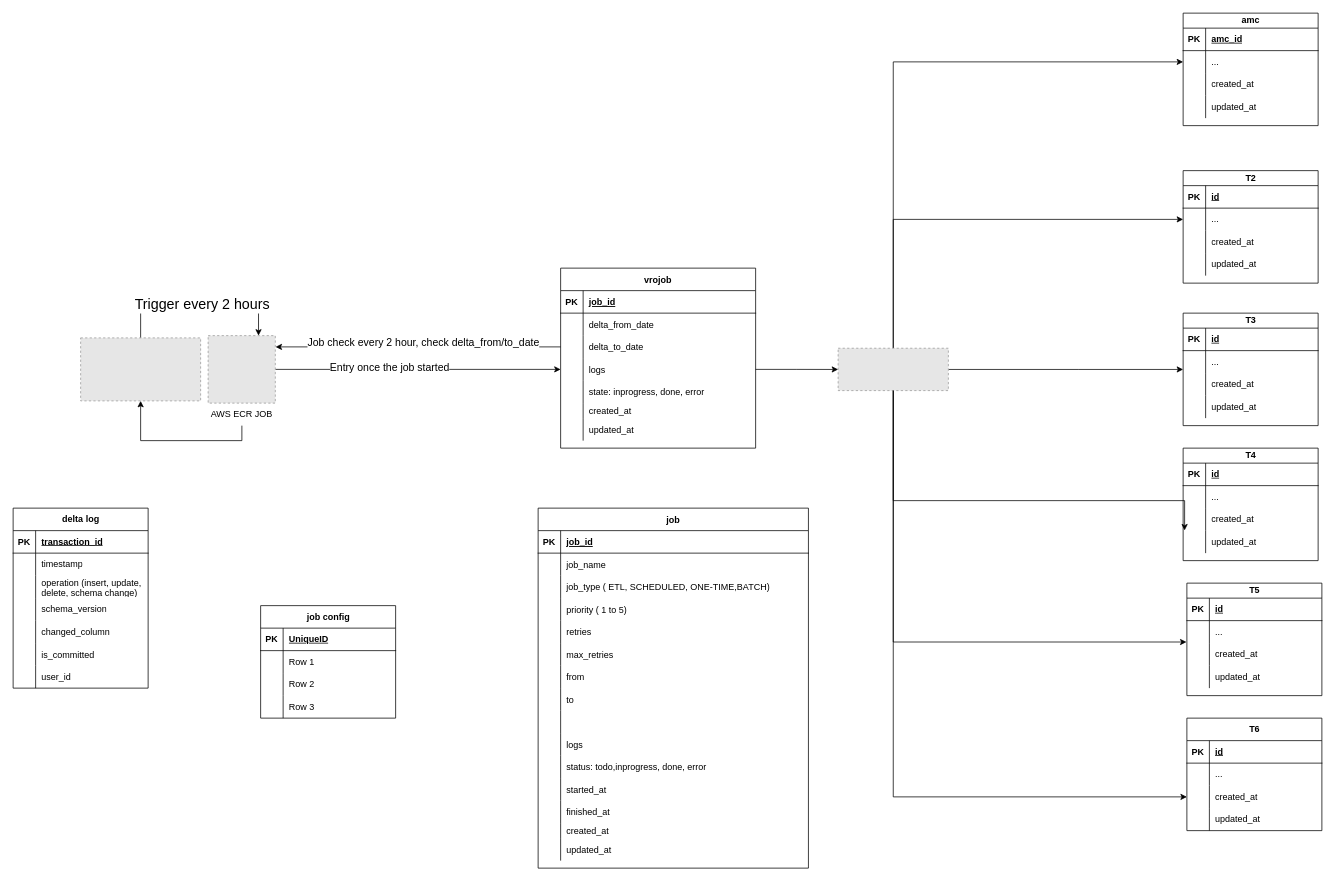
Above: vro db diagram.drawio in jorawarsinghcapgemini/drawio (draw.io), before the change. Source tidied: cells renumbered, new cells numbered last; positions are measured from the earlier drawing's top-left corner, leaving out a move shared by most shapes. Both pictures are drawn from the tidied source at 75%, with x=0, y=0 at pixel (13, 13). Pictures stored in the file or linked from it are replaced by grey dashed boxes.
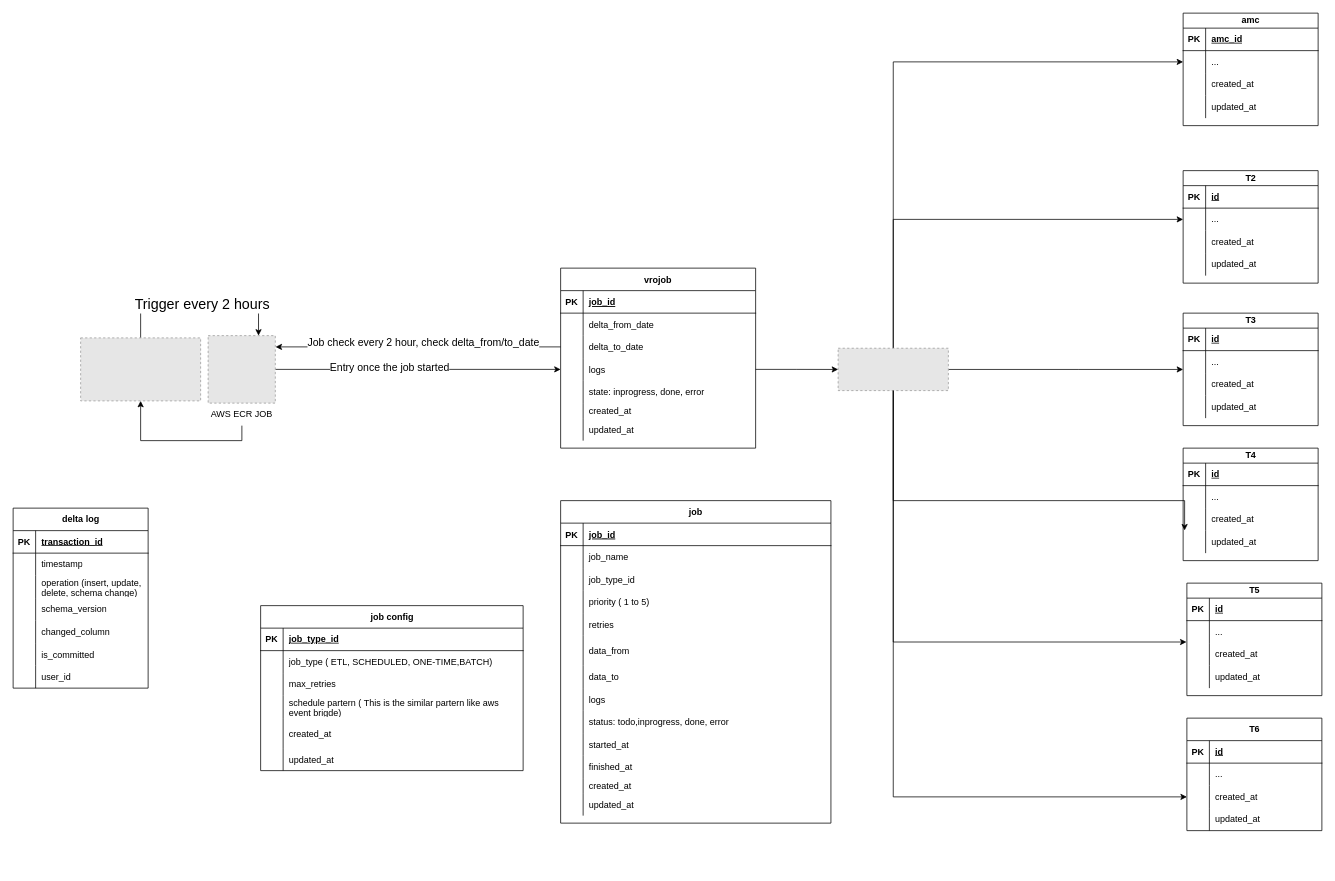
After the change.

Commit message:
added job config table

The change refers to these unchanged cells:
```xml
<mxCell id="149" style="shape=tableRow;horizontal=0;startSize=0;swimlaneHead=0;swimlaneBody=0;fillColor=none;top=0;left=0;right=0;bottom=0;" parent="142" vertex="1">
  <mxGeometry y="90" width="360.4" height="30" as="geometry" />
</mxCell>
```

Change to the diagram source:
```diff
@@
     <mxCell id="142" value="job" style="shape=table;startSize=30;childLayout=tableLayout;rowLines=0;fontStyle=1;align=center;" parent="1" vertex="1">
-      <mxGeometry x="700" y="660" width="360.4" height="480" as="geometry" />
+      <mxGeometry x="730" y="650" width="360.4" height="430" as="geometry" />
     </mxCell>
@@
-    <mxCell id="151" value="job_type ( ETL, SCHEDULED, ONE-TIME,BATCH)" style="shape=partialRectangle;fillColor=none;top=0;left=0;bottom=0;right=0;align=left;spacingLeft=6;overflow=hidden;" parent="149" vertex="1">
+    <mxCell id="151" value="job_type_id" style="shape=partialRectangle;fillColor=none;top=0;left=0;bottom=0;right=0;align=left;spacingLeft=6;overflow=hidden;" parent="149" vertex="1">
       <mxGeometry x="30" width="330.4" height="30" as="geometry" />
     </mxCell>
@@
     <mxCell id="158" style="shape=tableRow;horizontal=0;startSize=0;swimlaneHead=0;swimlaneBody=0;fillColor=none;top=0;left=0;right=0;bottom=0;" parent="142" vertex="1">
-      <mxGeometry y="180" width="360.4" height="30" as="geometry" />
+      <mxGeometry y="180" width="360.4" height="40" as="geometry" />
     </mxCell>
     <mxCell id="159" style="shape=partialRectangle;fillColor=none;top=0;left=0;bottom=0;right=0;overflow=hidden;" parent="158" vertex="1">
-      <mxGeometry width="30" height="30" as="geometry" />
+      <mxGeometry width="30" height="40" as="geometry" />
     </mxCell>
-    <mxCell id="160" value="max_retries" style="shape=partialRectangle;fillColor=none;top=0;left=0;bottom=0;right=0;align=left;spacingLeft=6;overflow=hidden;" parent="158" vertex="1">
-      <mxGeometry x="30" width="330.4" height="30" as="geometry" />
+    <mxCell id="160" value="data_from" style="shape=partialRectangle;fillColor=none;top=0;left=0;bottom=0;right=0;align=left;spacingLeft=6;overflow=hidden;" parent="158" vertex="1">
+      <mxGeometry x="30" width="330.4" height="40" as="geometry" />
     </mxCell>
     <mxCell id="161" style="shape=partialRectangle;fillColor=none;top=0;left=0;right=0;bottom=0;" parent="142" vertex="1">
-      <mxGeometry y="210" width="360.4" height="30" as="geometry" />
+      <mxGeometry y="220" width="360.4" height="30" as="geometry" />
     </mxCell>
@@
-    <mxCell id="163" value="from" style="shape=partialRectangle;overflow=hidden;fillColor=none;top=0;left=0;bottom=0;right=0;align=left;spacingLeft=6;" parent="161" vertex="1">
+    <mxCell id="163" value="data_to" style="shape=partialRectangle;overflow=hidden;fillColor=none;top=0;left=0;bottom=0;right=0;align=left;spacingLeft=6;" parent="161" vertex="1">
       <mxGeometry x="30" width="330.4" height="30" as="geometry" />
     </mxCell>
-    <mxCell id="164" style="shape=partialRectangle;fillColor=none;top=0;left=0;right=0;bottom=0;" parent="142" vertex="1">
-      <mxGeometry y="240" width="360.4" height="30" as="geometry" />
-    </mxCell>
-    <mxCell id="165" style="shape=partialRectangle;overflow=hidden;fillColor=none;top=0;left=0;bottom=0;right=0;" parent="164" vertex="1">
-      <mxGeometry width="30" height="30" as="geometry" />
-    </mxCell>
-    <mxCell id="166" value="to" style="shape=partialRectangle;overflow=hidden;fillColor=none;top=0;left=0;bottom=0;right=0;align=left;spacingLeft=6;" parent="164" vertex="1">
-      <mxGeometry x="30" width="330.4" height="30" as="geometry" />
-    </mxCell>
-    <mxCell id="167" style="shape=tableRow;horizontal=0;startSize=0;swimlaneHead=0;swimlaneBody=0;fillColor=none;top=0;left=0;right=0;bottom=0;" parent="142" vertex="1">
-      <mxGeometry y="270" width="360.4" height="30" as="geometry" />
-    </mxCell>
-    <mxCell id="168" style="shape=partialRectangle;fillColor=none;top=0;left=0;bottom=0;right=0;overflow=hidden;" parent="167" vertex="1">
-      <mxGeometry width="30" height="30" as="geometry" />
-    </mxCell>
-    <mxCell id="169" style="shape=partialRectangle;fillColor=none;top=0;left=0;bottom=0;right=0;align=left;spacingLeft=6;overflow=hidden;" parent="167" vertex="1">
-      <mxGeometry x="30" width="330.4" height="30" as="geometry" />
-    </mxCell>
     <mxCell id="170" style="shape=tableRow;horizontal=0;startSize=0;swimlaneHead=0;swimlaneBody=0;fillColor=none;top=0;left=0;right=0;bottom=0;" parent="142" vertex="1">
-      <mxGeometry y="300" width="360.4" height="30" as="geometry" />
+      <mxGeometry y="250" width="360.4" height="30" as="geometry" />
     </mxCell>
@@
     <mxCell id="173" style="shape=tableRow;horizontal=0;startSize=0;swimlaneHead=0;swimlaneBody=0;fillColor=none;top=0;left=0;right=0;bottom=0;" parent="142" vertex="1">
-      <mxGeometry y="330" width="360.4" height="30" as="geometry" />
+      <mxGeometry y="280" width="360.4" height="30" as="geometry" />
     </mxCell>
@@
     <mxCell id="176" style="shape=tableRow;horizontal=0;startSize=0;swimlaneHead=0;swimlaneBody=0;fillColor=none;top=0;left=0;right=0;bottom=0;" parent="142" vertex="1">
-      <mxGeometry y="360" width="360.4" height="30" as="geometry" />
+      <mxGeometry y="310" width="360.4" height="30" as="geometry" />
     </mxCell>
@@
     <mxCell id="179" style="shape=tableRow;horizontal=0;startSize=0;swimlaneHead=0;swimlaneBody=0;fillColor=none;top=0;left=0;right=0;bottom=0;" parent="142" vertex="1">
-      <mxGeometry y="390" width="360.4" height="30" as="geometry" />
+      <mxGeometry y="340" width="360.4" height="30" as="geometry" />
     </mxCell>
@@
     <mxCell id="182" style="shape=tableRow;horizontal=0;startSize=0;swimlaneHead=0;swimlaneBody=0;fillColor=none;top=0;left=0;right=0;bottom=0;" parent="142" vertex="1">
-      <mxGeometry y="420" width="360.4" height="20" as="geometry" />
+      <mxGeometry y="370" width="360.4" height="20" as="geometry" />
     </mxCell>
@@
     <mxCell id="185" style="shape=tableRow;horizontal=0;startSize=0;swimlaneHead=0;swimlaneBody=0;fillColor=none;top=0;left=0;right=0;bottom=0;" parent="142" vertex="1">
-      <mxGeometry y="440" width="360.4" height="30" as="geometry" />
+      <mxGeometry y="390" width="360.4" height="30" as="geometry" />
     </mxCell>
@@
     <mxCell id="188" value="job config" style="shape=table;startSize=30;childLayout=tableLayout;rowLines=0;fontStyle=1;align=center;html=1;" parent="1" vertex="1">
-      <mxGeometry x="330" y="790" width="180" height="150" as="geometry" />
+      <mxGeometry x="330" y="790" width="350" height="220" as="geometry" />
     </mxCell>
     <mxCell id="189" style="shape=tableRow;horizontal=0;startSize=0;swimlaneHead=0;swimlaneBody=0;fillColor=none;top=0;left=0;right=0;bottom=1;" parent="188" vertex="1">
-      <mxGeometry y="30" width="180" height="30" as="geometry" />
+      <mxGeometry y="30" width="350" height="30" as="geometry" />
     </mxCell>
@@
-    <mxCell id="191" value="UniqueID" style="shape=partialRectangle;fillColor=none;top=0;left=0;bottom=0;right=0;align=left;spacingLeft=6;fontStyle=5;overflow=hidden;whiteSpace=wrap;html=1;" parent="189" vertex="1">
-      <mxGeometry x="30" width="150" height="30" as="geometry" />
+    <mxCell id="191" value="job_type_id" style="shape=partialRectangle;fillColor=none;top=0;left=0;bottom=0;right=0;align=left;spacingLeft=6;fontStyle=5;overflow=hidden;whiteSpace=wrap;html=1;" parent="189" vertex="1">
+      <mxGeometry x="30" width="320" height="30" as="geometry" />
     </mxCell>
     <mxCell id="192" style="shape=tableRow;horizontal=0;startSize=0;swimlaneHead=0;swimlaneBody=0;fillColor=none;top=0;left=0;right=0;bottom=0;" parent="188" vertex="1">
-      <mxGeometry y="60" width="180" height="30" as="geometry" />
+      <mxGeometry y="60" width="350" height="30" as="geometry" />
     </mxCell>
@@
-    <mxCell id="194" value="Row 1" style="shape=partialRectangle;fillColor=none;top=0;left=0;bottom=0;right=0;align=left;spacingLeft=6;overflow=hidden;whiteSpace=wrap;html=1;" parent="192" vertex="1">
-      <mxGeometry x="30" width="150" height="30" as="geometry" />
+    <mxCell id="194" value="&lt;span style=&quot;text-wrap: nowrap;&quot;&gt;job_type ( ETL, SCHEDULED, ONE-TIME,BATCH)&lt;/span&gt;" style="shape=partialRectangle;fillColor=none;top=0;left=0;bottom=0;right=0;align=left;spacingLeft=6;overflow=hidden;whiteSpace=wrap;html=1;" parent="192" vertex="1">
+      <mxGeometry x="30" width="320" height="30" as="geometry" />
     </mxCell>
     <mxCell id="195" style="shape=tableRow;horizontal=0;startSize=0;swimlaneHead=0;swimlaneBody=0;fillColor=none;top=0;left=0;right=0;bottom=0;" parent="188" vertex="1">
-      <mxGeometry y="90" width="180" height="30" as="geometry" />
+      <mxGeometry y="90" width="350" height="30" as="geometry" />
     </mxCell>
@@
-    <mxCell id="197" value="Row 2" style="shape=partialRectangle;fillColor=none;top=0;left=0;bottom=0;right=0;align=left;spacingLeft=6;overflow=hidden;whiteSpace=wrap;html=1;" parent="195" vertex="1">
-      <mxGeometry x="30" width="150" height="30" as="geometry" />
+    <mxCell id="197" value="&lt;span style=&quot;text-wrap: nowrap;&quot;&gt;max_retries&lt;/span&gt;" style="shape=partialRectangle;fillColor=none;top=0;left=0;bottom=0;right=0;align=left;spacingLeft=6;overflow=hidden;whiteSpace=wrap;html=1;" parent="195" vertex="1">
+      <mxGeometry x="30" width="320" height="30" as="geometry" />
     </mxCell>
     <mxCell id="198" style="shape=tableRow;horizontal=0;startSize=0;swimlaneHead=0;swimlaneBody=0;fillColor=none;top=0;left=0;right=0;bottom=0;" parent="188" vertex="1">
-      <mxGeometry y="120" width="180" height="30" as="geometry" />
+      <mxGeometry y="120" width="350" height="30" as="geometry" />
     </mxCell>
@@
-    <mxCell id="200" value="Row 3" style="shape=partialRectangle;fillColor=none;top=0;left=0;bottom=0;right=0;align=left;spacingLeft=6;overflow=hidden;whiteSpace=wrap;html=1;" parent="198" vertex="1">
-      <mxGeometry x="30" width="150" height="30" as="geometry" />
+    <mxCell id="200" value="schedule partern ( This is the similar partern like aws event brigde)" style="shape=partialRectangle;fillColor=none;top=0;left=0;bottom=0;right=0;align=left;spacingLeft=6;overflow=hidden;whiteSpace=wrap;html=1;" parent="198" vertex="1">
+      <mxGeometry x="30" width="320" height="30" as="geometry" />
     </mxCell>
+    <mxCell id="201" style="shape=tableRow;horizontal=0;startSize=0;swimlaneHead=0;swimlaneBody=0;fillColor=none;top=0;left=0;right=0;bottom=0;" parent="188" vertex="1">
+      <mxGeometry y="150" width="350" height="40" as="geometry" />
+    </mxCell>
+    <mxCell id="202" style="shape=partialRectangle;fillColor=none;top=0;left=0;bottom=0;right=0;overflow=hidden;" parent="201" vertex="1">
+      <mxGeometry width="30" height="40" as="geometry" />
+    </mxCell>
+    <mxCell id="203" value="created_at" style="shape=partialRectangle;fillColor=none;top=0;left=0;bottom=0;right=0;align=left;spacingLeft=6;overflow=hidden;" parent="201" vertex="1">
+      <mxGeometry x="30" width="320" height="40" as="geometry" />
+    </mxCell>
+    <mxCell id="204" style="shape=tableRow;horizontal=0;startSize=0;swimlaneHead=0;swimlaneBody=0;fillColor=none;top=0;left=0;right=0;bottom=0;" parent="188" vertex="1">
+      <mxGeometry y="190" width="350" height="30" as="geometry" />
+    </mxCell>
+    <mxCell id="168" style="shape=partialRectangle;fillColor=none;top=0;left=0;bottom=0;right=0;overflow=hidden;" parent="204" vertex="1">
+      <mxGeometry width="30" height="30" as="geometry" />
+    </mxCell>
+    <mxCell id="205" value="updated_at" style="shape=partialRectangle;fillColor=none;top=0;left=0;bottom=0;right=0;align=left;spacingLeft=6;overflow=hidden;" parent="204" vertex="1">
+      <mxGeometry x="30" width="320" height="30" as="geometry" />
+    </mxCell>
```
